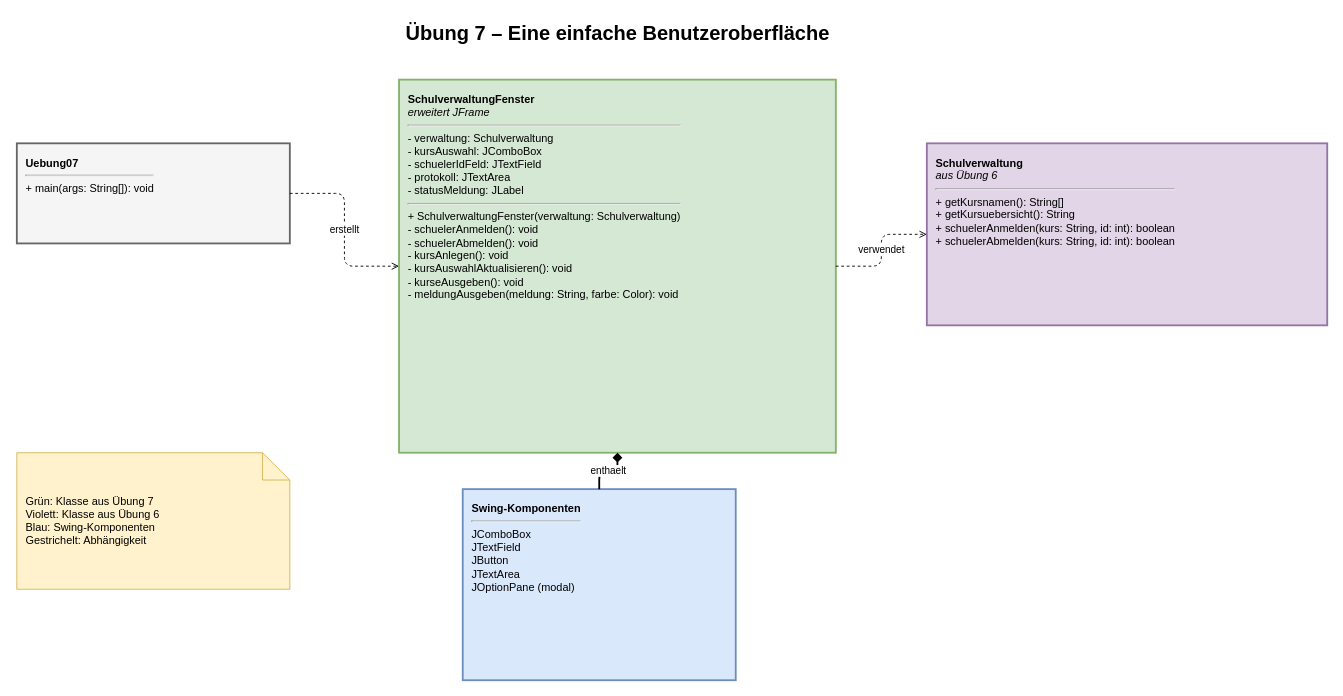
Earlier version of the draw.io diagram diagramme/uebung07_benutzeroberflaeche.drawio (thehahue/oop). Source tidied: cells renumbered, new cells numbered last; positions are measured from the earlier drawing's top-left corner, leaving out a move shared by most shapes. Both pictures are drawn from the tidied source at 91%, with x=0, y=0 at pixel (16, 15).
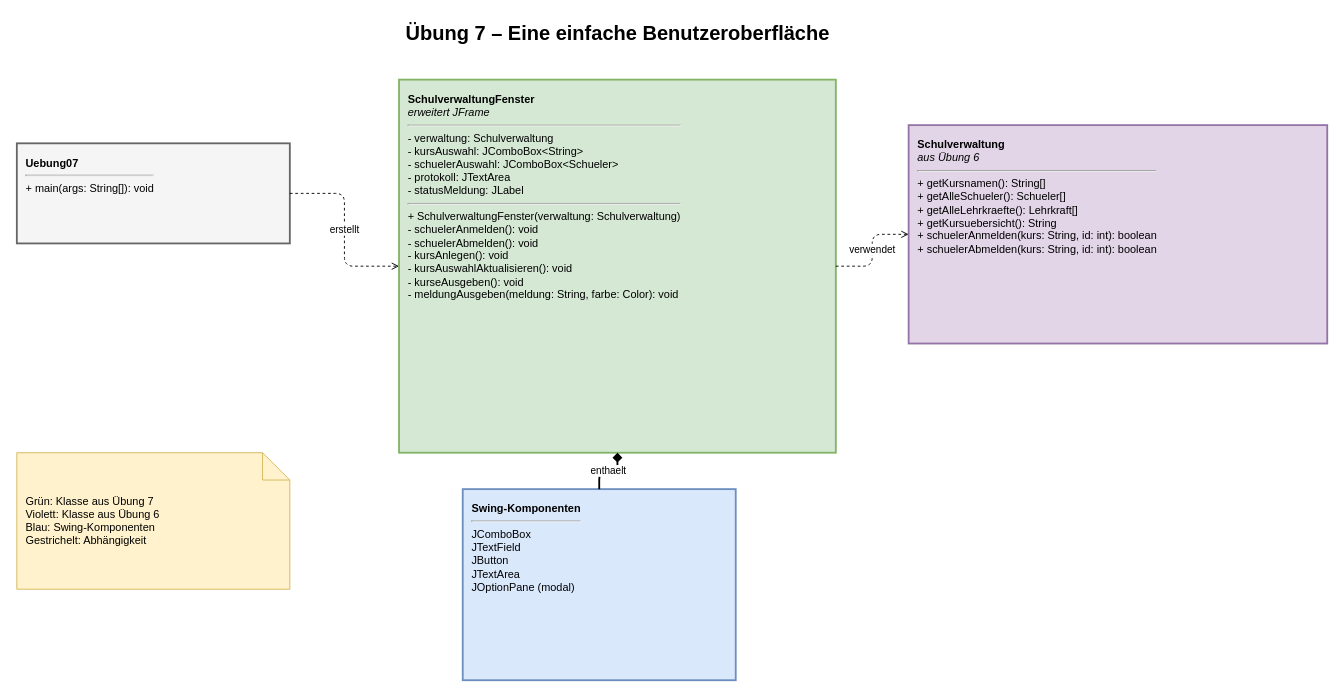
The same diagram, later.

Diff of the diagram source:
```diff
@@
 <mxGraphModel>
   <root>
     <mxCell id="0" />
     <mxCell id="1" parent="0" />
     <mxCell id="2" value="Übung 7 – Eine einfache Benutzeroberfläche" style="text;html=1;align=center;fontSize=22;fontStyle=1;" parent="1" vertex="1">
       <mxGeometry x="310" width="700" height="40" as="geometry" />
     </mxCell>
     <mxCell id="3" value="&lt;b&gt;Uebung07&lt;/b&gt;&lt;hr&gt;+ main(args: String[]): void" style="rounded=0;verticalAlign=top;spacingTop=8;html=1;strokeWidth=2;fillColor=#f5f5f5;strokeColor=#666666;align=left;spacingLeft=8;whiteSpace=wrap;" parent="1" vertex="1">
       <mxGeometry y="140" width="300" height="110" as="geometry" />
     </mxCell>
-    <mxCell id="4" value="&lt;b&gt;SchulverwaltungFenster&lt;/b&gt;&lt;br&gt;&lt;i&gt;erweitert JFrame&lt;/i&gt;&lt;hr&gt;- verwaltung: Schulverwaltung&lt;br&gt;- kursAuswahl: JComboBox&lt;br&gt;- schuelerIdFeld: JTextField&lt;br&gt;- protokoll: JTextArea&lt;br&gt;- statusMeldung: JLabel&lt;hr&gt;+ SchulverwaltungFenster(verwaltung: Schulverwaltung)&lt;br&gt;- schuelerAnmelden(): void&lt;br&gt;- schuelerAbmelden(): void&lt;br&gt;- kursAnlegen(): void&lt;br&gt;- kursAuswahlAktualisieren(): void&lt;br&gt;- kurseAusgeben(): void&lt;br&gt;- meldungAusgeben(meldung: String, farbe: Color): void" style="rounded=0;verticalAlign=top;spacingTop=8;html=1;strokeWidth=2;fillColor=#d5e8d4;strokeColor=#82b366;align=left;spacingLeft=8;whiteSpace=wrap;" parent="1" vertex="1">
+    <mxCell id="4" value="&lt;b&gt;SchulverwaltungFenster&lt;/b&gt;&lt;br&gt;&lt;i&gt;erweitert JFrame&lt;/i&gt;&lt;hr&gt;- verwaltung: Schulverwaltung&lt;br&gt;- kursAuswahl: JComboBox&amp;lt;String&amp;gt;&lt;br&gt;- schuelerAuswahl: JComboBox&amp;lt;Schueler&amp;gt;&lt;br&gt;- protokoll: JTextArea&lt;br&gt;- statusMeldung: JLabel&lt;hr&gt;+ SchulverwaltungFenster(verwaltung: Schulverwaltung)&lt;br&gt;- schuelerAnmelden(): void&lt;br&gt;- schuelerAbmelden(): void&lt;br&gt;- kursAnlegen(): void&lt;br&gt;- kursAuswahlAktualisieren(): void&lt;br&gt;- kurseAusgeben(): void&lt;br&gt;- meldungAusgeben(meldung: String, farbe: Color): void" style="rounded=0;verticalAlign=top;spacingTop=8;html=1;strokeWidth=2;fillColor=#d5e8d4;strokeColor=#82b366;align=left;spacingLeft=8;whiteSpace=wrap;" parent="1" vertex="1">
       <mxGeometry x="420" y="70" width="480" height="410" as="geometry" />
     </mxCell>
-    <mxCell id="5" value="&lt;b&gt;Schulverwaltung&lt;/b&gt;&lt;br&gt;&lt;i&gt;aus Übung 6&lt;/i&gt;&lt;hr&gt;+ getKursnamen(): String[]&lt;br&gt;+ getKursuebersicht(): String&lt;br&gt;+ schuelerAnmelden(kurs: String, id: int): boolean&lt;br&gt;+ schuelerAbmelden(kurs: String, id: int): boolean" style="rounded=0;verticalAlign=top;spacingTop=8;html=1;strokeWidth=2;fillColor=#e1d5e7;strokeColor=#9673a6;align=left;spacingLeft=8;whiteSpace=wrap;" parent="1" vertex="1">
-      <mxGeometry x="1000" y="140" width="440" height="200" as="geometry" />
+    <mxCell id="5" value="&lt;b&gt;Schulverwaltung&lt;/b&gt;&lt;br&gt;&lt;i&gt;aus Übung 6&lt;/i&gt;&lt;hr&gt;+ getKursnamen(): String[]&lt;br&gt;+ getAlleSchueler(): Schueler[]&lt;br&gt;+ getAlleLehrkraefte(): Lehrkraft[]&lt;br&gt;+ getKursuebersicht(): String&lt;br&gt;+ schuelerAnmelden(kurs: String, id: int): boolean&lt;br&gt;+ schuelerAbmelden(kurs: String, id: int): boolean" style="rounded=0;verticalAlign=top;spacingTop=8;html=1;strokeWidth=2;fillColor=#e1d5e7;strokeColor=#9673a6;align=left;spacingLeft=8;whiteSpace=wrap;" parent="1" vertex="1">
+      <mxGeometry x="980" y="120" width="460" height="240" as="geometry" />
     </mxCell>
     <mxCell id="6" value="&lt;b&gt;Swing-Komponenten&lt;/b&gt;&lt;hr&gt;JComboBox&lt;br&gt;JTextField&lt;br&gt;JButton&lt;br&gt;JTextArea&lt;br&gt;JOptionPane (modal)" style="rounded=0;verticalAlign=top;spacingTop=8;html=1;strokeWidth=2;fillColor=#dae8fc;strokeColor=#6c8ebf;align=left;spacingLeft=8;whiteSpace=wrap;" parent="1" vertex="1">
       <mxGeometry x="490" y="520" width="300" height="210" as="geometry" />
     </mxCell>
     <mxCell id="7" value="erstellt" style="edgeStyle=orthogonalEdgeStyle;html=1;dashed=1;endArrow=open;endFill=0;" parent="1" edge="1" source="3" target="4">
       <mxGeometry relative="1" as="geometry" />
     </mxCell>
     <mxCell id="8" value="verwendet" style="edgeStyle=orthogonalEdgeStyle;html=1;dashed=1;endArrow=open;endFill=0;" parent="1" edge="1" source="4" target="5">
       <mxGeometry relative="1" as="geometry" />
     </mxCell>
     <mxCell id="9" value="enthaelt" style="edgeStyle=orthogonalEdgeStyle;html=1;startArrow=diamond;startFill=1;endArrow=none;strokeWidth=2;" parent="1" edge="1" source="4" target="6">
       <mxGeometry relative="1" as="geometry" />
     </mxCell>
     <mxCell id="10" value="Grün: Klasse aus Übung 7&#10;Violett: Klasse aus Übung 6&#10;Blau: Swing-Komponenten&#10;Gestrichelt: Abhängigkeit" style="shape=note;whiteSpace=wrap;html=1;fillColor=#fff2cc;strokeColor=#d6b656;align=left;spacingLeft=8;" parent="1" vertex="1">
       <mxGeometry y="480" width="300" height="150" as="geometry" />
     </mxCell>
   </root>
 </mxGraphModel>
```
